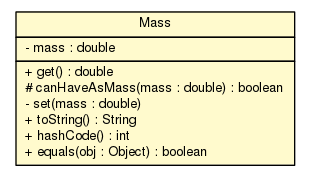
Before: doc/world/physics/Mass.png, a diagram exported from Graphviz (sinopeus/asteroids). Its source is kept beside it as doc/world/physics/Mass.dot.
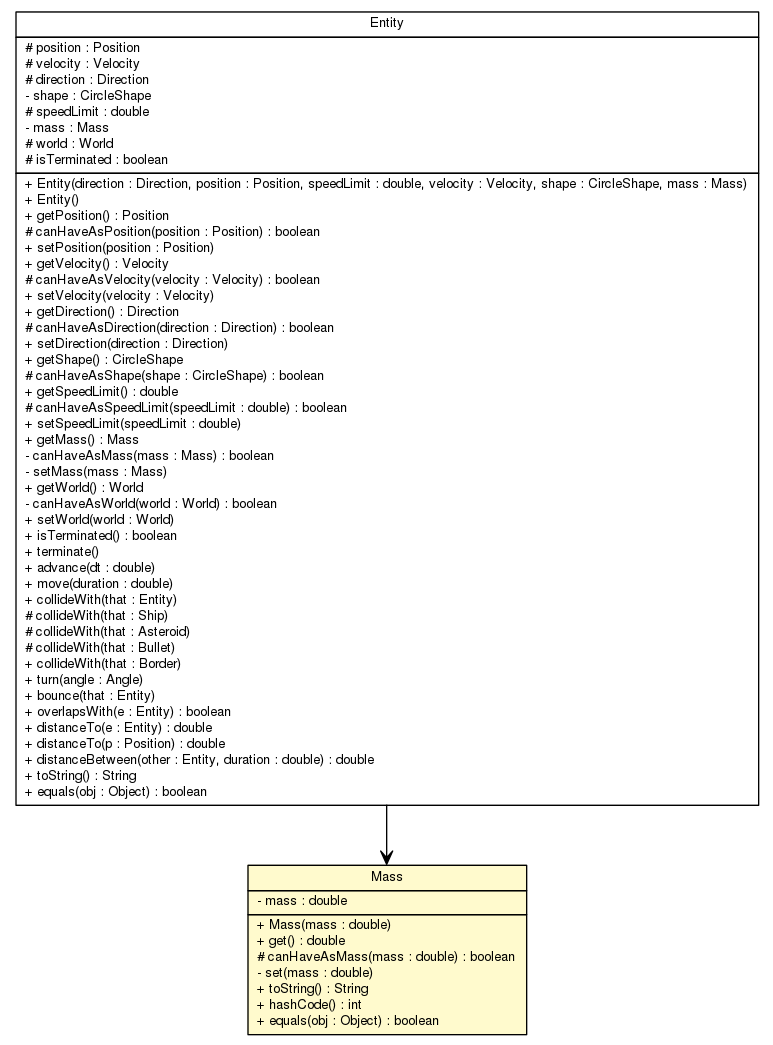
After the commit.

Diff of the diagram source:
```diff
@@ -4,7 +4,63 @@
 	node [fontname="Helvetica",fontsize=10,shape=plaintext];
 	nodesep=0.25;
 	ranksep=0.5;
-	c12274 [label=<<table title="world.physics.Mass" border="0" cellborder="1" cellspacing="0" cellpadding="2" port="p" bgcolor="lemonChiffon" href="./Mass.html">
+	c12316 [label=<<table title="world.entity.Entity" border="0" cellborder="1" cellspacing="0" cellpadding="2" port="p" href="../entity/Entity.html">
+		<tr><td><table border="0" cellspacing="0" cellpadding="1">
+<tr><td align="center" balign="center"> Entity </td></tr>
+		</table></td></tr>
+		<tr><td><table border="0" cellspacing="0" cellpadding="1">
+<tr><td align="left" balign="left"> # position : Position </td></tr>
+<tr><td align="left" balign="left"> # velocity : Velocity </td></tr>
+<tr><td align="left" balign="left"> # direction : Direction </td></tr>
+<tr><td align="left" balign="left"> - shape : CircleShape </td></tr>
+<tr><td align="left" balign="left"> # speedLimit : double </td></tr>
+<tr><td align="left" balign="left"> - mass : Mass </td></tr>
+<tr><td align="left" balign="left"> # world : World </td></tr>
+<tr><td align="left" balign="left"> # isTerminated : boolean </td></tr>
+		</table></td></tr>
+		<tr><td><table border="0" cellspacing="0" cellpadding="1">
+<tr><td align="left" balign="left"> + Entity(direction : Direction, position : Position, speedLimit : double, velocity : Velocity, shape : CircleShape, mass : Mass) </td></tr>
+<tr><td align="left" balign="left"> + Entity() </td></tr>
+<tr><td align="left" balign="left"> + getPosition() : Position </td></tr>
+<tr><td align="left" balign="left"> # canHaveAsPosition(position : Position) : boolean </td></tr>
+<tr><td align="left" balign="left"> + setPosition(position : Position) </td></tr>
+<tr><td align="left" balign="left"> + getVelocity() : Velocity </td></tr>
+<tr><td align="left" balign="left"> # canHaveAsVelocity(velocity : Velocity) : boolean </td></tr>
+<tr><td align="left" balign="left"> + setVelocity(velocity : Velocity) </td></tr>
+<tr><td align="left" balign="left"> + getDirection() : Direction </td></tr>
+<tr><td align="left" balign="left"> # canHaveAsDirection(direction : Direction) : boolean </td></tr>
+<tr><td align="left" balign="left"> + setDirection(direction : Direction) </td></tr>
+<tr><td align="left" balign="left"> + getShape() : CircleShape </td></tr>
+<tr><td align="left" balign="left"> # canHaveAsShape(shape : CircleShape) : boolean </td></tr>
+<tr><td align="left" balign="left"> + getSpeedLimit() : double </td></tr>
+<tr><td align="left" balign="left"> # canHaveAsSpeedLimit(speedLimit : double) : boolean </td></tr>
+<tr><td align="left" balign="left"> + setSpeedLimit(speedLimit : double) </td></tr>
+<tr><td align="left" balign="left"> + getMass() : Mass </td></tr>
+<tr><td align="left" balign="left"> - canHaveAsMass(mass : Mass) : boolean </td></tr>
+<tr><td align="left" balign="left"> - setMass(mass : Mass) </td></tr>
+<tr><td align="left" balign="left"> + getWorld() : World </td></tr>
+<tr><td align="left" balign="left"> - canHaveAsWorld(world : World) : boolean </td></tr>
+<tr><td align="left" balign="left"> + setWorld(world : World) </td></tr>
+<tr><td align="left" balign="left"> + isTerminated() : boolean </td></tr>
+<tr><td align="left" balign="left"> + terminate() </td></tr>
+<tr><td align="left" balign="left"> + advance(dt : double) </td></tr>
+<tr><td align="left" balign="left"> + move(duration : double) </td></tr>
+<tr><td align="left" balign="left"> + collideWith(that : Entity) </td></tr>
+<tr><td align="left" balign="left"> # collideWith(that : Ship) </td></tr>
+<tr><td align="left" balign="left"> # collideWith(that : Asteroid) </td></tr>
+<tr><td align="left" balign="left"> # collideWith(that : Bullet) </td></tr>
+<tr><td align="left" balign="left"> + collideWith(that : Border) </td></tr>
+<tr><td align="left" balign="left"> + turn(angle : Angle) </td></tr>
+<tr><td align="left" balign="left"> + bounce(that : Entity) </td></tr>
+<tr><td align="left" balign="left"> + overlapsWith(e : Entity) : boolean </td></tr>
+<tr><td align="left" balign="left"> + distanceTo(e : Entity) : double </td></tr>
+<tr><td align="left" balign="left"> + distanceTo(p : Position) : double </td></tr>
+<tr><td align="left" balign="left"> + distanceBetween(other : Entity, duration : double) : double </td></tr>
+<tr><td align="left" balign="left"> + toString() : String </td></tr>
+<tr><td align="left" balign="left"> + equals(obj : Object) : boolean </td></tr>
+		</table></td></tr>
+		</table>>, URL="../entity/Entity.html", fontname="Helvetica", fontcolor="black", fontsize=10.0];
+	c12321 [label=<<table title="world.physics.Mass" border="0" cellborder="1" cellspacing="0" cellpadding="2" port="p" bgcolor="lemonChiffon" href="./Mass.html">
 		<tr><td><table border="0" cellspacing="0" cellpadding="1">
 <tr><td align="center" balign="center"> Mass </td></tr>
 		</table></td></tr>
@@ -12,6 +68,7 @@
 <tr><td align="left" balign="left"> - mass : double </td></tr>
 		</table></td></tr>
 		<tr><td><table border="0" cellspacing="0" cellpadding="1">
+<tr><td align="left" balign="left"> + Mass(mass : double) </td></tr>
 <tr><td align="left" balign="left"> + get() : double </td></tr>
 <tr><td align="left" balign="left"> # canHaveAsMass(mass : double) : boolean </td></tr>
 <tr><td align="left" balign="left"> - set(mass : double) </td></tr>
@@ -20,4 +77,5 @@
 <tr><td align="left" balign="left"> + equals(obj : Object) : boolean </td></tr>
 		</table></td></tr>
 		</table>>, URL="./Mass.html", fontname="Helvetica", fontcolor="black", fontsize=10.0];
+	c12316:p -> c12321:p [taillabel="", label="", headlabel="", fontname="Helvetica", fontcolor="black", fontsize=10.0, color="black", arrowhead=open];
 }
```
